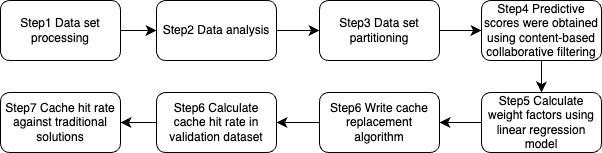
The draw.io diagram solution_flow.drawio.png in cifiyoo/hwt-project, before a commit. Source tidied: cells renumbered, new cells last; positions are measured from the earlier drawing's top-left corner, leaving out a move shared by most shapes.
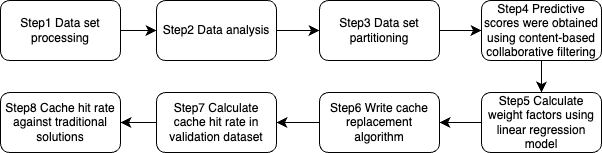
After the commit.

Diff of the diagram source:
```diff
@@ -35,7 +35,7 @@
     <mxCell id="12" style="edgeStyle=none;curved=1;rounded=0;jettySize=auto;html=1;fontSize=12;startSize=8;endSize=8;" parent="1" edge="1" source="13" target="16">
       <mxGeometry relative="1" as="geometry" />
     </mxCell>
-    <mxCell id="13" value="Step6 Calculate cache hit rate in validation dataset" style="rounded=1;whiteSpace=wrap;html=1;" parent="1" vertex="1">
+    <mxCell id="13" value="Step7 Calculate cache hit rate in validation dataset" style="rounded=1;whiteSpace=wrap;html=1;" parent="1" vertex="1">
       <mxGeometry x="156" y="92" width="120" height="60" as="geometry" />
     </mxCell>
     <mxCell id="14" style="edgeStyle=none;curved=1;rounded=0;jettySize=auto;html=1;exitX=0.5;exitY=1;exitDx=0;exitDy=0;entryX=0.5;entryY=0;entryDx=0;entryDy=0;fontSize=12;startSize=8;endSize=8;" parent="1" edge="1" source="15" target="9">
@@ -44,7 +44,7 @@
     <mxCell id="15" value="Step4 Predictive scores were obtained using content-based collaborative filtering" style="rounded=1;whiteSpace=wrap;html=1;" parent="1" vertex="1">
       <mxGeometry x="481" width="120" height="60" as="geometry" />
     </mxCell>
-    <mxCell id="16" value="Step7 Cache hit rate against traditional solutions" style="rounded=1;whiteSpace=wrap;html=1;" parent="1" vertex="1">
+    <mxCell id="16" value="Step8 Cache hit rate against traditional solutions" style="rounded=1;whiteSpace=wrap;html=1;" parent="1" vertex="1">
       <mxGeometry y="92" width="120" height="60" as="geometry" />
     </mxCell>
   </root>
```
